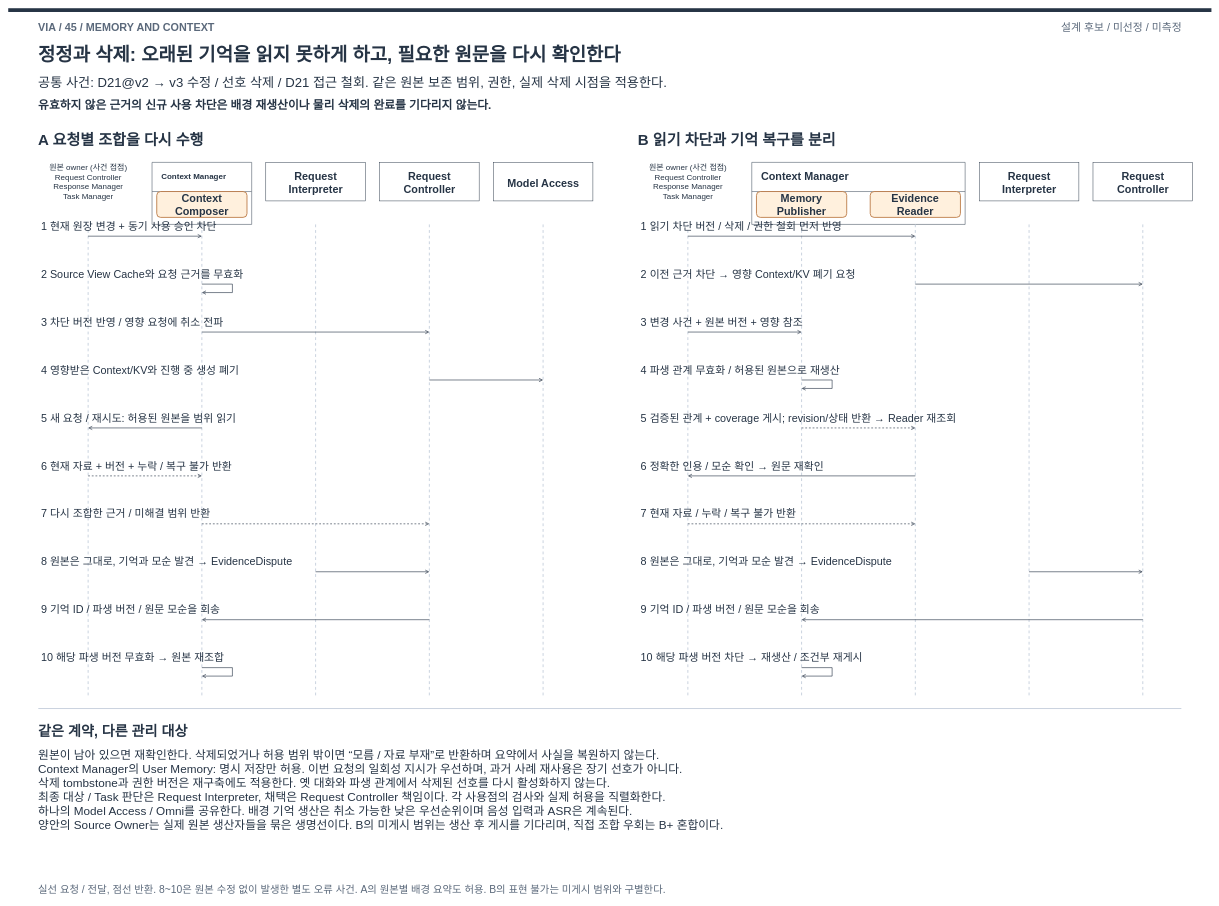
Earlier version of the draw.io diagram docs/architecture/12-decisions/decision-packages/diagrams/choice45-lifecycle.drawio (cbyche/via-sw-architecture). Source tidied: cells renumbered, new cells numbered last; positions are measured from the earlier drawing's top-left corner, leaving out a move shared by most shapes. Both pictures are drawn from the tidied source at 47%, with x=0, y=0 at pixel (8, 8).
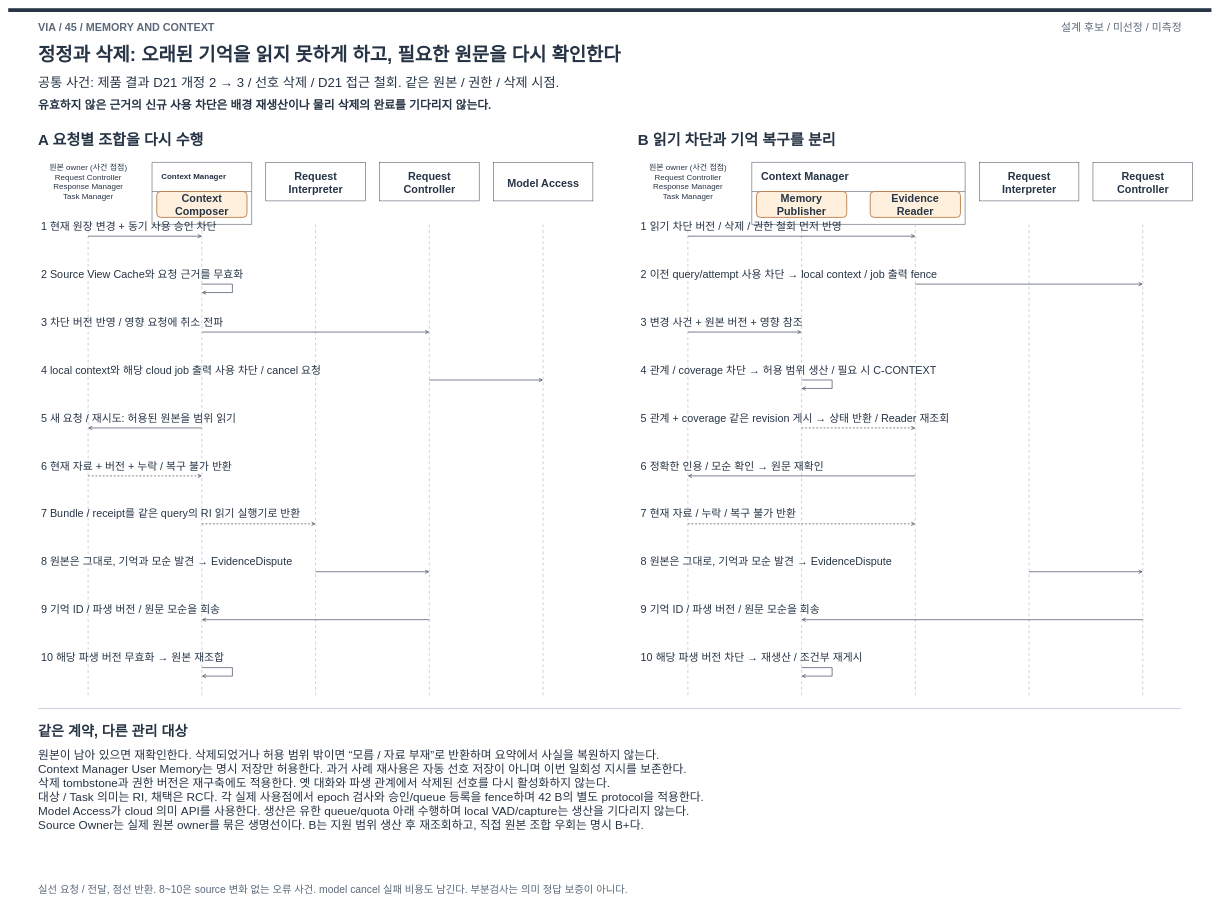
After the change.

Diff of the diagram source:
```diff
@@
     <mxCell id="21" style="edgeStyle=none;rounded=0;strokeColor=#263445;strokeWidth=1.3;endArrow=open;endFill=0;dashed=1;" parent="1" edge="1">
       <mxGeometry relative="1" as="geometry">
         <mxPoint x="412" y="1097" as="sourcePoint" />
-        <mxPoint x="896" y="1097" as="targetPoint" />
+        <mxPoint x="654" y="1097" as="targetPoint" />
       </mxGeometry>
     </mxCell>
@@
-    <mxCell id="47" value="공통 사건: D21@v2 → v3 수정 / 선호 삭제 / D21 접근 철회. 같은 원본 보존 범위, 권한, 실제 삭제 시점을 적용한다." style="text;html=1;whiteSpace=nowrap;overflow=visible;strokeColor=none;fillColor=none;labelBackgroundColor=none;fontColor=#263445;fontSize=28;fontStyle=0;align=left;verticalAlign=top;spacing=0;" parent="1" vertex="1">
-      <mxGeometry x="64" y="138" width="1682.4" height="43.8" as="geometry" />
+    <mxCell id="47" value="공통 사건: 제품 결과 D21 개정 2 → 3 / 선호 삭제 / D21 접근 철회. 같은 원본 / 권한 / 삭제 시점." style="text;html=1;whiteSpace=nowrap;overflow=visible;strokeColor=none;fillColor=none;labelBackgroundColor=none;fontColor=#263445;fontSize=28;fontStyle=0;align=left;verticalAlign=top;spacing=0;" parent="1" vertex="1">
+      <mxGeometry x="64" y="138" width="1451.7" height="43.8" as="geometry" />
     </mxCell>
@@
-    <mxCell id="57" value="4  영향받은 Context/KV와 진행 중 생성 폐기" style="text;html=1;whiteSpace=nowrap;overflow=visible;strokeColor=none;fillColor=none;labelBackgroundColor=none;fontColor=#263445;fontSize=23;fontStyle=0;align=left;verticalAlign=top;spacing=0;" parent="1" vertex="1">
-      <mxGeometry x="70" y="752" width="540.7" height="37" as="geometry" />
+    <mxCell id="57" value="4  local context와 해당 cloud job 출력 사용 차단 / cancel 요청" style="text;html=1;whiteSpace=nowrap;overflow=visible;strokeColor=none;fillColor=none;labelBackgroundColor=none;fontColor=#263445;fontSize=23;fontStyle=0;align=left;verticalAlign=top;spacing=0;" parent="1" vertex="1">
+      <mxGeometry x="70" y="752" width="831.4" height="37" as="geometry" />
     </mxCell>
@@
-    <mxCell id="60" value="7  다시 조합한 근거 / 미해결 범위 반환" style="text;html=1;whiteSpace=nowrap;overflow=visible;strokeColor=none;fillColor=none;labelBackgroundColor=none;fontColor=#263445;fontSize=23;fontStyle=0;align=left;verticalAlign=top;spacing=0;" parent="1" vertex="1">
-      <mxGeometry x="70" y="1058" width="472.6" height="37" as="geometry" />
+    <mxCell id="60" value="7  Bundle / receipt를 같은 query의 RI 읽기 실행기로 반환" style="text;html=1;whiteSpace=nowrap;overflow=visible;strokeColor=none;fillColor=none;labelBackgroundColor=none;fontColor=#263445;fontSize=23;fontStyle=0;align=left;verticalAlign=top;spacing=0;" parent="1" vertex="1">
+      <mxGeometry x="70" y="1058" width="740.3" height="37" as="geometry" />
     </mxCell>
@@
-    <mxCell id="69" value="2  이전 근거 차단 → 영향 Context/KV 폐기 요청" style="text;html=1;whiteSpace=nowrap;overflow=visible;strokeColor=none;fillColor=none;labelBackgroundColor=none;fontColor=#263445;fontSize=23;fontStyle=0;align=left;verticalAlign=top;spacing=0;" parent="1" vertex="1">
-      <mxGeometry x="1346" y="548" width="583.5" height="37" as="geometry" />
+    <mxCell id="69" value="2  이전 query/attempt 사용 차단 → local context / job 출력 fence" style="text;html=1;whiteSpace=nowrap;overflow=visible;strokeColor=none;fillColor=none;labelBackgroundColor=none;fontColor=#263445;fontSize=23;fontStyle=0;align=left;verticalAlign=top;spacing=0;" parent="1" vertex="1">
+      <mxGeometry x="1346" y="548" width="876.5" height="37" as="geometry" />
     </mxCell>
@@
-    <mxCell id="71" value="4  파생 관계 무효화 / 허용된 원본으로 재생산" style="text;html=1;whiteSpace=nowrap;overflow=visible;strokeColor=none;fillColor=none;labelBackgroundColor=none;fontColor=#263445;fontSize=23;fontStyle=0;align=left;verticalAlign=top;spacing=0;" parent="1" vertex="1">
-      <mxGeometry x="1346" y="752" width="541.6" height="37" as="geometry" />
+    <mxCell id="71" value="4  관계 / coverage 차단 → 허용 범위 생산 / 필요 시 C-CONTEXT" style="text;html=1;whiteSpace=nowrap;overflow=visible;strokeColor=none;fillColor=none;labelBackgroundColor=none;fontColor=#263445;fontSize=23;fontStyle=0;align=left;verticalAlign=top;spacing=0;" parent="1" vertex="1">
+      <mxGeometry x="1346" y="752" width="791.8" height="37" as="geometry" />
     </mxCell>
-    <mxCell id="72" value="5  검증된 관계 + coverage 게시; revision/상태 반환 → Reader 재조회" style="text;html=1;whiteSpace=nowrap;overflow=visible;strokeColor=none;fillColor=none;labelBackgroundColor=none;fontColor=#263445;fontSize=23;fontStyle=0;align=left;verticalAlign=top;spacing=0;" parent="1" vertex="1">
-      <mxGeometry x="1346" y="854" width="871.9" height="37" as="geometry" />
+    <mxCell id="72" value="5  관계 + coverage 같은 revision 게시 → 상태 반환 / Reader 재조회" style="text;html=1;whiteSpace=nowrap;overflow=visible;strokeColor=none;fillColor=none;labelBackgroundColor=none;fontColor=#263445;fontSize=23;fontStyle=0;align=left;verticalAlign=top;spacing=0;" parent="1" vertex="1">
+      <mxGeometry x="1346" y="854" width="863.1" height="37" as="geometry" />
     </mxCell>
@@
-    <mxCell id="79" value="원본이 남아 있으면 재확인한다. 삭제되었거나 허용 범위 밖이면 “모름 / 자료 부재”로 반환하며 요약에서 사실을 복원하지 않는다.&lt;br&gt;Context Manager의 User Memory: 명시 저장만 허용. 이번 요청의 일회성 지시가 우선하며, 과거 사례 재사용은 장기 선호가 아니다.&lt;br&gt;삭제 tombstone과 권한 버전은 재구축에도 적용한다. 옛 대화와 파생 관계에서 삭제된 선호를 다시 활성화하지 않는다.&lt;br&gt;최종 대상 / Task 판단은 Request Interpreter, 채택은 Request Controller 책임이다. 각 사용점의 검사와 실제 허용을 직렬화한다.&lt;br&gt;하나의 Model Access / Omni를 공유한다. 배경 기억 생산은 취소 가능한 낮은 우선순위이며 음성 입력과 ASR은 계속된다.&lt;br&gt;양안의 Source Owner는 실제 원본 생산자들을 묶은 생명선이다. B의 미게시 범위는 생산 후 게시를 기다리며, 직접 조합 우회는 B+ 혼합이다." style="text;html=1;whiteSpace=nowrap;overflow=visible;strokeColor=none;fillColor=none;labelBackgroundColor=none;fontColor=#263445;fontSize=25;fontStyle=0;align=left;verticalAlign=top;spacing=0;" parent="1" vertex="1">
-      <mxGeometry x="64" y="1568" width="1766" height="264" as="geometry" />
+    <mxCell id="79" value="원본이 남아 있으면 재확인한다. 삭제되었거나 허용 범위 밖이면 “모름 / 자료 부재”로 반환하며 요약에서 사실을 복원하지 않는다.&lt;br&gt;Context Manager User Memory는 명시 저장만 허용한다. 과거 사례 재사용은 자동 선호 저장이 아니며 이번 일회성 지시를 보존한다.&lt;br&gt;삭제 tombstone과 권한 버전은 재구축에도 적용한다. 옛 대화와 파생 관계에서 삭제된 선호를 다시 활성화하지 않는다.&lt;br&gt;대상 / Task 의미는 RI, 채택은 RC다. 각 실제 사용점에서 epoch 검사와 승인/queue 등록을 fence하며 42 B의 별도 protocol을 적용한다.&lt;br&gt;Model Access가 cloud 의미 API를 사용한다. 생산은 유한 queue/quota 아래 수행하며 local VAD/capture는 생산을 기다리지 않는다.&lt;br&gt;Source Owner는 실제 원본 owner를 묶은 생명선이다. B는 지원 범위 생산 후 재조회하고, 직접 원본 조합 우회는 명시 B+다." style="text;html=1;whiteSpace=nowrap;overflow=visible;strokeColor=none;fillColor=none;labelBackgroundColor=none;fontColor=#263445;fontSize=25;fontStyle=0;align=left;verticalAlign=top;spacing=0;" parent="1" vertex="1">
+      <mxGeometry x="64" y="1568" width="1782" height="264" as="geometry" />
     </mxCell>
-    <mxCell id="80" value="실선 요청 / 전달, 점선 반환. 8~10은 원본 수정 없이 발생한 별도 오류 사건. A의 원본별 배경 요약도 허용. B의 표현 불가는 미게시 범위와 구별한다." style="text;html=1;whiteSpace=nowrap;overflow=visible;strokeColor=none;fillColor=none;labelBackgroundColor=none;fontColor=#5B697B;fontSize=22;fontStyle=0;align=left;verticalAlign=top;spacing=0;" parent="1" vertex="1">
-      <mxGeometry x="64" y="1858" width="1665" height="35.7" as="geometry" />
+    <mxCell id="80" value="실선 요청 / 전달, 점선 반환. 8~10은 source 변화 없는 오류 사건. model cancel 실패 비용도 남긴다. 부분검사는 의미 정답 보증이 아니다." style="text;html=1;whiteSpace=nowrap;overflow=visible;strokeColor=none;fillColor=none;labelBackgroundColor=none;fontColor=#5B697B;fontSize=22;fontStyle=0;align=left;verticalAlign=top;spacing=0;" parent="1" vertex="1">
+      <mxGeometry x="64" y="1858" width="1586.7" height="35.7" as="geometry" />
     </mxCell>
```
